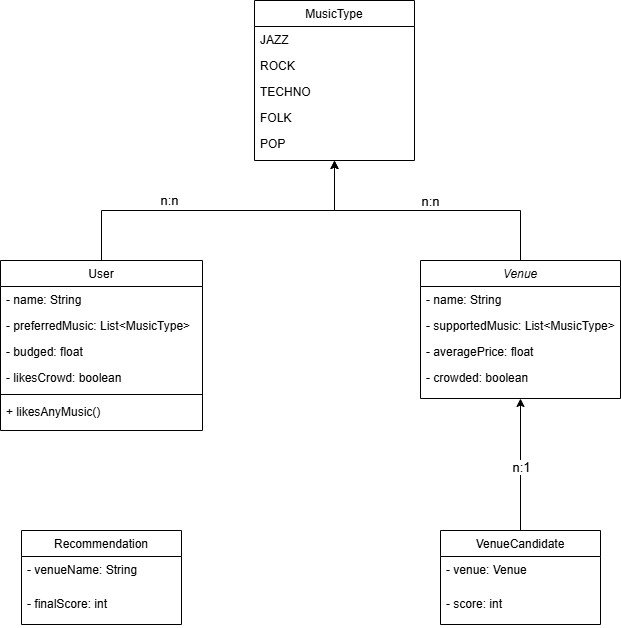
This is Class diagram.png from AlexaJanjic/outing-expert-system, a draw.io export, as it was before one commit. Source tidied: cells renumbered, new cells last; positions are measured from the earlier drawing's top-left corner, leaving out a move shared by most shapes.
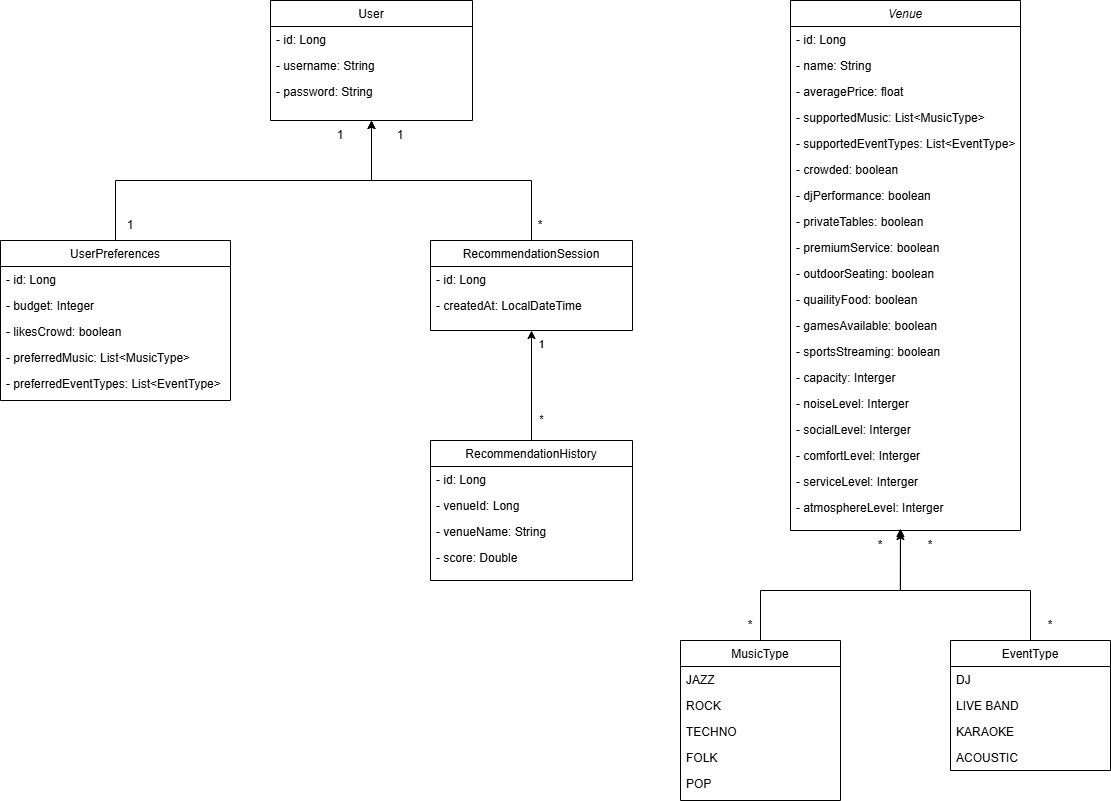
After the change.

Commit message:
Class diagram

The edit, as a diff of the source:
```diff
@@ -3,22 +3,67 @@
     <mxCell id="0" />
     <mxCell id="1" parent="0" />
     <mxCell id="2" value="Venue" style="swimlane;fontStyle=2;align=center;verticalAlign=top;horizontal=1;startSize=26;rounded=0;shadow=0;strokeWidth=1;" parent="1" vertex="1">
-      <mxGeometry x="420" y="260" width="200" height="138" as="geometry" />
+      <mxGeometry x="740" y="-10" width="230" height="530" as="geometry" />
     </mxCell>
+    <mxCell id="32" value="- id: Long" style="text;align=left;verticalAlign=top;spacingLeft=4;spacingRight=4;overflow=hidden;" parent="2" vertex="1">
+      <mxGeometry y="26" width="230" height="26" as="geometry" />
+    </mxCell>
     <mxCell id="3" value="- name: String" style="text;align=left;verticalAlign=top;spacingLeft=4;spacingRight=4;overflow=hidden;" parent="2" vertex="1">
-      <mxGeometry y="26" width="200" height="26" as="geometry" />
+      <mxGeometry y="52" width="230" height="26" as="geometry" />
     </mxCell>
+    <mxCell id="5" value="- averagePrice: float" style="text;align=left;verticalAlign=top;spacingLeft=4;spacingRight=4;overflow=hidden;rounded=0;shadow=0;html=0;" parent="2" vertex="1">
+      <mxGeometry y="78" width="230" height="26" as="geometry" />
+    </mxCell>
     <mxCell id="4" value="- supportedMusic: List&lt;MusicType&gt;" style="text;align=left;verticalAlign=top;spacingLeft=4;spacingRight=4;overflow=hidden;rounded=0;shadow=0;html=0;" parent="2" vertex="1">
-      <mxGeometry y="52" width="200" height="26" as="geometry" />
+      <mxGeometry y="104" width="230" height="26" as="geometry" />
     </mxCell>
-    <mxCell id="5" value="- averagePrice: float" style="text;align=left;verticalAlign=top;spacingLeft=4;spacingRight=4;overflow=hidden;rounded=0;shadow=0;html=0;" parent="2" vertex="1">
-      <mxGeometry y="78" width="200" height="26" as="geometry" />
-    </mxCell>
+    <mxCell id="33" value="- supportedEventTypes: List&lt;EventType&gt;" style="text;align=left;verticalAlign=top;spacingLeft=4;spacingRight=4;overflow=hidden;rounded=0;shadow=0;html=0;" parent="2" vertex="1">
+      <mxGeometry y="130" width="230" height="26" as="geometry" />
+    </mxCell>
     <mxCell id="6" value="- crowded: boolean" style="text;align=left;verticalAlign=top;spacingLeft=4;spacingRight=4;overflow=hidden;" parent="2" vertex="1">
-      <mxGeometry y="104" width="200" height="26" as="geometry" />
+      <mxGeometry y="156" width="230" height="26" as="geometry" />
     </mxCell>
+    <mxCell id="34" value="- djPerformance: boolean" style="text;align=left;verticalAlign=top;spacingLeft=4;spacingRight=4;overflow=hidden;" parent="2" vertex="1">
+      <mxGeometry y="182" width="230" height="26" as="geometry" />
+    </mxCell>
+    <mxCell id="35" value="- privateTables: boolean" style="text;align=left;verticalAlign=top;spacingLeft=4;spacingRight=4;overflow=hidden;" parent="2" vertex="1">
+      <mxGeometry y="208" width="230" height="26" as="geometry" />
+    </mxCell>
+    <mxCell id="36" value="- premiumService: boolean" style="text;align=left;verticalAlign=top;spacingLeft=4;spacingRight=4;overflow=hidden;" parent="2" vertex="1">
+      <mxGeometry y="234" width="230" height="26" as="geometry" />
+    </mxCell>
+    <mxCell id="37" value="- outdoorSeating: boolean" style="text;align=left;verticalAlign=top;spacingLeft=4;spacingRight=4;overflow=hidden;" parent="2" vertex="1">
+      <mxGeometry y="260" width="230" height="26" as="geometry" />
+    </mxCell>
+    <mxCell id="38" value="- quailityFood: boolean" style="text;align=left;verticalAlign=top;spacingLeft=4;spacingRight=4;overflow=hidden;" parent="2" vertex="1">
+      <mxGeometry y="286" width="230" height="26" as="geometry" />
+    </mxCell>
+    <mxCell id="39" value="- gamesAvailable: boolean" style="text;align=left;verticalAlign=top;spacingLeft=4;spacingRight=4;overflow=hidden;" parent="2" vertex="1">
+      <mxGeometry y="312" width="230" height="26" as="geometry" />
+    </mxCell>
+    <mxCell id="40" value="- sportsStreaming: boolean" style="text;align=left;verticalAlign=top;spacingLeft=4;spacingRight=4;overflow=hidden;" parent="2" vertex="1">
+      <mxGeometry y="338" width="230" height="26" as="geometry" />
+    </mxCell>
+    <mxCell id="41" value="- capacity: Interger" style="text;align=left;verticalAlign=top;spacingLeft=4;spacingRight=4;overflow=hidden;" parent="2" vertex="1">
+      <mxGeometry y="364" width="230" height="26" as="geometry" />
+    </mxCell>
+    <mxCell id="42" value="- noiseLevel: Interger" style="text;align=left;verticalAlign=top;spacingLeft=4;spacingRight=4;overflow=hidden;" parent="2" vertex="1">
+      <mxGeometry y="390" width="230" height="26" as="geometry" />
+    </mxCell>
+    <mxCell id="43" value="- socialLevel: Interger" style="text;align=left;verticalAlign=top;spacingLeft=4;spacingRight=4;overflow=hidden;" parent="2" vertex="1">
+      <mxGeometry y="416" width="230" height="26" as="geometry" />
+    </mxCell>
+    <mxCell id="44" value="- comfortLevel: Interger" style="text;align=left;verticalAlign=top;spacingLeft=4;spacingRight=4;overflow=hidden;" parent="2" vertex="1">
+      <mxGeometry y="442" width="230" height="26" as="geometry" />
+    </mxCell>
+    <mxCell id="45" value="- serviceLevel: Interger" style="text;align=left;verticalAlign=top;spacingLeft=4;spacingRight=4;overflow=hidden;" parent="2" vertex="1">
+      <mxGeometry y="468" width="230" height="26" as="geometry" />
+    </mxCell>
+    <mxCell id="46" value="- atmosphereLevel: Interger" style="text;align=left;verticalAlign=top;spacingLeft=4;spacingRight=4;overflow=hidden;points=[[0,0.5],[1,0.5]];portConstraint=eastwest;" parent="2" vertex="1">
+      <mxGeometry y="494" width="230" height="36" as="geometry" />
+    </mxCell>
     <mxCell id="7" value="MusicType" style="swimlane;fontStyle=0;align=center;verticalAlign=top;horizontal=1;startSize=26;rounded=0;shadow=0;strokeWidth=1;" parent="1" vertex="1">
-      <mxGeometry x="254" width="160" height="160" as="geometry" />
+      <mxGeometry x="630" y="630" width="160" height="160" as="geometry" />
     </mxCell>
     <mxCell id="8" value="JAZZ" style="text;align=left;verticalAlign=top;spacingLeft=4;spacingRight=4;overflow=hidden;" parent="7" vertex="1">
       <mxGeometry y="26" width="160" height="26" as="geometry" />
@@ -35,68 +80,138 @@
     <mxCell id="12" value="POP" style="text;align=left;verticalAlign=top;spacingLeft=4;spacingRight=4;overflow=hidden;rounded=0;shadow=0;html=0;" parent="7" vertex="1">
       <mxGeometry y="130" width="160" height="26" as="geometry" />
     </mxCell>
-    <mxCell id="13" value="VenueCandidate" style="swimlane;fontStyle=0;align=center;verticalAlign=top;horizontal=1;startSize=26;rounded=0;shadow=0;strokeWidth=1;" parent="1" vertex="1">
-      <mxGeometry x="440" y="530" width="160" height="94" as="geometry" />
-    </mxCell>
-    <mxCell id="14" value="- venue: Venue&#10;" style="text;align=left;verticalAlign=top;spacingLeft=4;spacingRight=4;overflow=hidden;" parent="13" vertex="1">
-      <mxGeometry y="26" width="160" height="34" as="geometry" />
-    </mxCell>
-    <mxCell id="15" value="- score: int" style="text;align=left;verticalAlign=top;spacingLeft=4;spacingRight=4;overflow=hidden;" parent="13" vertex="1">
-      <mxGeometry y="60" width="160" height="20" as="geometry" />
-    </mxCell>
     <mxCell id="16" value="User" style="swimlane;fontStyle=0;align=center;verticalAlign=top;horizontal=1;startSize=26;rounded=0;shadow=0;strokeWidth=1;" parent="1" vertex="1">
-      <mxGeometry y="260" width="202" height="170" as="geometry" />
+      <mxGeometry x="220" y="-10" width="202" height="120" as="geometry" />
     </mxCell>
-    <mxCell id="17" value="- name: String" style="text;align=left;verticalAlign=top;spacingLeft=4;spacingRight=4;overflow=hidden;" parent="16" vertex="1">
+    <mxCell id="17" value="- id: Long" style="text;align=left;verticalAlign=top;spacingLeft=4;spacingRight=4;overflow=hidden;" parent="16" vertex="1">
       <mxGeometry y="26" width="202" height="26" as="geometry" />
     </mxCell>
+    <mxCell id="47" value="- username: String" style="text;align=left;verticalAlign=top;spacingLeft=4;spacingRight=4;overflow=hidden;" parent="16" vertex="1">
+      <mxGeometry y="52" width="202" height="26" as="geometry" />
+    </mxCell>
+    <mxCell id="48" value="- password: String" style="text;align=left;verticalAlign=top;spacingLeft=4;spacingRight=4;overflow=hidden;" parent="16" vertex="1">
+      <mxGeometry y="78" width="202" height="26" as="geometry" />
+    </mxCell>
+    <mxCell id="49" style="edgeStyle=orthogonalEdgeStyle;rounded=0;jettySize=auto;html=1;entryX=0.5;entryY=1;entryDx=0;entryDy=0;exitX=0.5;exitY=0;exitDx=0;exitDy=0;" parent="1" edge="1" source="50" target="16">
+      <mxGeometry relative="1" as="geometry">
+        <Array as="points">
+          <mxPoint x="65" y="170" />
+          <mxPoint x="321" y="170" />
+        </Array>
+      </mxGeometry>
+    </mxCell>
+    <mxCell id="50" value="UserPreferences" style="swimlane;fontStyle=0;align=center;verticalAlign=top;horizontal=1;startSize=26;rounded=0;shadow=0;strokeWidth=1;" parent="1" vertex="1">
+      <mxGeometry x="-50" y="230" width="230" height="160" as="geometry" />
+    </mxCell>
+    <mxCell id="51" value="- id: Long" style="text;align=left;verticalAlign=top;spacingLeft=4;spacingRight=4;overflow=hidden;" parent="50" vertex="1">
+      <mxGeometry y="26" width="230" height="26" as="geometry" />
+    </mxCell>
+    <mxCell id="52" value="- budget: Integer" style="text;align=left;verticalAlign=top;spacingLeft=4;spacingRight=4;overflow=hidden;" parent="50" vertex="1">
+      <mxGeometry y="52" width="230" height="26" as="geometry" />
+    </mxCell>
+    <mxCell id="20" value="- likesCrowd: boolean" style="text;align=left;verticalAlign=top;spacingLeft=4;spacingRight=4;overflow=hidden;" parent="50" vertex="1">
+      <mxGeometry y="78" width="230" height="26" as="geometry" />
+    </mxCell>
-    <mxCell id="18" value="- preferredMusic: List&lt;MusicType&gt;" style="text;align=left;verticalAlign=top;spacingLeft=4;spacingRight=4;overflow=hidden;rounded=0;shadow=0;html=0;" parent="16" vertex="1">
-      <mxGeometry y="52" width="202" height="26" as="geometry" />
+    <mxCell id="18" value="- preferredMusic: List&lt;MusicType&gt;" style="text;align=left;verticalAlign=top;spacingLeft=4;spacingRight=4;overflow=hidden;" parent="50" vertex="1">
+      <mxGeometry y="104" width="230" height="26" as="geometry" />
     </mxCell>
-    <mxCell id="19" value="- budged: float" style="text;align=left;verticalAlign=top;spacingLeft=4;spacingRight=4;overflow=hidden;rounded=0;shadow=0;html=0;" parent="16" vertex="1">
-      <mxGeometry y="78" width="202" height="26" as="geometry" />
-    </mxCell>
-    <mxCell id="20" value="- likesCrowd: boolean" style="text;align=left;verticalAlign=top;spacingLeft=4;spacingRight=4;overflow=hidden;rounded=0;shadow=0;html=0;" parent="16" vertex="1">
-      <mxGeometry y="104" width="202" height="26" as="geometry" />
-    </mxCell>
-    <mxCell id="21" style="line;html=1;strokeWidth=1;align=left;verticalAlign=middle;spacingTop=-1;spacingLeft=3;spacingRight=3;labelPosition=right;" parent="16" vertex="1">
-      <mxGeometry y="130" width="202" height="8" as="geometry" />
-    </mxCell>
-    <mxCell id="22" value="+ likesAnyMusic()" style="text;align=left;verticalAlign=top;spacingLeft=4;spacingRight=4;overflow=hidden;" parent="16" vertex="1">
-      <mxGeometry y="138" width="202" height="26" as="geometry" />
-    </mxCell>
-    <mxCell id="23" value="Recommendation" style="swimlane;fontStyle=0;align=center;verticalAlign=top;horizontal=1;startSize=26;rounded=0;shadow=0;strokeWidth=1;" parent="1" vertex="1">
-      <mxGeometry x="21" y="530" width="160" height="94" as="geometry" />
-    </mxCell>
+    <mxCell id="53" value="- preferredEventTypes: List&lt;EventType&gt;" style="text;align=left;verticalAlign=top;spacingLeft=4;spacingRight=4;overflow=hidden;" parent="50" vertex="1">
+      <mxGeometry y="130" width="230" height="26" as="geometry" />
+    </mxCell>
+    <mxCell id="54" style="edgeStyle=orthogonalEdgeStyle;rounded=0;jettySize=auto;html=1;entryX=0.5;entryY=1;entryDx=0;entryDy=0;" parent="1" edge="1" source="55" target="16">
+      <mxGeometry relative="1" as="geometry" />
+    </mxCell>
+    <mxCell id="55" value="RecommendationSession" style="swimlane;fontStyle=0;align=center;verticalAlign=top;horizontal=1;startSize=26;rounded=0;shadow=0;strokeWidth=1;" parent="1" vertex="1">
+      <mxGeometry x="380" y="230" width="202" height="90" as="geometry" />
+    </mxCell>
+    <mxCell id="56" value="- id: Long" style="text;align=left;verticalAlign=top;spacingLeft=4;spacingRight=4;overflow=hidden;" parent="55" vertex="1">
+      <mxGeometry y="26" width="202" height="26" as="geometry" />
+    </mxCell>
+    <mxCell id="57" value="- createdAt: LocalDateTime" style="text;align=left;verticalAlign=top;spacingLeft=4;spacingRight=4;overflow=hidden;" parent="55" vertex="1">
+      <mxGeometry y="52" width="202" height="26" as="geometry" />
+    </mxCell>
+    <mxCell id="58" style="edgeStyle=orthogonalEdgeStyle;rounded=0;jettySize=auto;html=1;entryX=0.5;entryY=1;entryDx=0;entryDy=0;" parent="1" edge="1" source="61" target="55">
+      <mxGeometry relative="1" as="geometry" />
+    </mxCell>
+    <mxCell id="59" value="*" style="edgeLabel;html=1;align=center;verticalAlign=middle;" parent="58" vertex="1">
+      <mxGeometry x="-0.09" relative="1" as="geometry">
+        <mxPoint x="9" y="28" as="offset" />
+      </mxGeometry>
+    </mxCell>
+    <mxCell id="60" value="1" style="edgeLabel;html=1;align=center;verticalAlign=middle;" parent="58" vertex="1">
+      <mxGeometry x="0.64" y="-1" relative="1" as="geometry">
+        <mxPoint x="8" y="-7" as="offset" />
+      </mxGeometry>
+    </mxCell>
+    <mxCell id="61" value="RecommendationHistory" style="swimlane;fontStyle=0;align=center;verticalAlign=top;horizontal=1;startSize=26;rounded=0;shadow=0;strokeWidth=1;" parent="1" vertex="1">
+      <mxGeometry x="380" y="430" width="202" height="140" as="geometry" />
+    </mxCell>
+    <mxCell id="62" value="- id: Long" style="text;align=left;verticalAlign=top;spacingLeft=4;spacingRight=4;overflow=hidden;" parent="61" vertex="1">
+      <mxGeometry y="26" width="202" height="26" as="geometry" />
+    </mxCell>
+    <mxCell id="63" value="- venueId: Long" style="text;align=left;verticalAlign=top;spacingLeft=4;spacingRight=4;overflow=hidden;" parent="61" vertex="1">
+      <mxGeometry y="52" width="202" height="26" as="geometry" />
+    </mxCell>
-    <mxCell id="24" value="- venueName: String" style="text;align=left;verticalAlign=top;spacingLeft=4;spacingRight=4;overflow=hidden;" parent="23" vertex="1">
-      <mxGeometry y="26" width="160" height="34" as="geometry" />
+    <mxCell id="24" value="- venueName: String" style="text;align=left;verticalAlign=top;spacingLeft=4;spacingRight=4;overflow=hidden;" parent="61" vertex="1">
+      <mxGeometry y="78" width="202" height="26" as="geometry" />
     </mxCell>
-    <mxCell id="25" value="- finalScore: int" style="text;align=left;verticalAlign=top;spacingLeft=4;spacingRight=4;overflow=hidden;" parent="23" vertex="1">
-      <mxGeometry y="60" width="160" height="34" as="geometry" />
-    </mxCell>
-    <mxCell id="26" style="endArrow=classic;html=1;rounded=0;entryX=0.5;entryY=1;entryDx=0;entryDy=0;edgeStyle=orthogonalEdgeStyle;exitX=0.5;exitY=0;exitDx=0;exitDy=0;" parent="1" edge="1" source="16" target="7">
-      <mxGeometry relative="1" as="geometry" />
-    </mxCell>
-    <mxCell id="27" value="n:n" style="edgeLabel;html=1;align=center;verticalAlign=middle;fontSize=13;" parent="26" vertex="1">
-      <mxGeometry x="-0.29" y="3" relative="1" as="geometry">
-        <mxPoint x="-1" y="-8" as="offset" />
-      </mxGeometry>
-    </mxCell>
-    <mxCell id="28" style="endArrow=classic;html=1;rounded=0;entryX=0.5;entryY=1;entryDx=0;entryDy=0;edgeStyle=orthogonalEdgeStyle;exitX=0.5;exitY=0;exitDx=0;exitDy=0;" parent="1" edge="1" source="2" target="7">
-      <mxGeometry relative="1" as="geometry" />
-    </mxCell>
-    <mxCell id="29" value="n:n" style="edgeLabel;html=1;align=center;verticalAlign=middle;fontSize=13;" parent="28" vertex="1">
-      <mxGeometry x="-0.01" y="1" relative="1" as="geometry">
-        <mxPoint y="-11" as="offset" />
-      </mxGeometry>
-    </mxCell>
-    <mxCell id="30" style="endArrow=classic;html=1;rounded=0;exitX=0.5;exitY=0;exitDx=0;exitDy=0;edgeStyle=orthogonalEdgeStyle;entryX=0.5;entryY=1;entryDx=0;entryDy=0;" parent="1" edge="1" source="13" target="2">
-      <mxGeometry relative="1" as="geometry" />
-    </mxCell>
-    <mxCell id="31" value="&lt;span style=&quot;font-size: 13px;&quot;&gt;n:1&lt;/span&gt;" style="edgeLabel;html=1;align=center;verticalAlign=middle;" parent="30" vertex="1">
-      <mxGeometry x="-0.03" y="3" relative="1" as="geometry">
-        <mxPoint x="3" as="offset" />
-      </mxGeometry>
-    </mxCell>
+    <mxCell id="64" value="- score: Double" style="text;align=left;verticalAlign=top;spacingLeft=4;spacingRight=4;overflow=hidden;" parent="61" vertex="1">
+      <mxGeometry y="104" width="202" height="26" as="geometry" />
+    </mxCell>
+    <mxCell id="65" style="edgeStyle=orthogonalEdgeStyle;rounded=0;jettySize=auto;html=1;entryX=0.478;entryY=0.944;entryDx=0;entryDy=0;entryPerimeter=0;exitX=0.5;exitY=0;exitDx=0;exitDy=0;" parent="1" edge="1" source="7" target="46">
+      <mxGeometry relative="1" as="geometry">
+        <Array as="points">
+          <mxPoint x="710" y="580" />
+          <mxPoint x="850" y="580" />
+        </Array>
+      </mxGeometry>
+    </mxCell>
+    <mxCell id="66" value="EventType" style="swimlane;fontStyle=0;align=center;verticalAlign=top;horizontal=1;startSize=26;rounded=0;shadow=0;strokeWidth=1;" parent="1" vertex="1">
+      <mxGeometry x="900" y="630" width="160" height="130" as="geometry" />
+    </mxCell>
+    <mxCell id="67" value="DJ" style="text;align=left;verticalAlign=top;spacingLeft=4;spacingRight=4;overflow=hidden;" parent="66" vertex="1">
+      <mxGeometry y="26" width="160" height="26" as="geometry" />
+    </mxCell>
+    <mxCell id="68" value="LIVE BAND" style="text;align=left;verticalAlign=top;spacingLeft=4;spacingRight=4;overflow=hidden;rounded=0;shadow=0;html=0;" parent="66" vertex="1">
+      <mxGeometry y="52" width="160" height="26" as="geometry" />
+    </mxCell>
+    <mxCell id="69" value="KARAOKE" style="text;align=left;verticalAlign=top;spacingLeft=4;spacingRight=4;overflow=hidden;rounded=0;shadow=0;html=0;" parent="66" vertex="1">
+      <mxGeometry y="78" width="160" height="26" as="geometry" />
+    </mxCell>
+    <mxCell id="70" value="ACOUSTIC" style="text;align=left;verticalAlign=top;spacingLeft=4;spacingRight=4;overflow=hidden;rounded=0;shadow=0;html=0;" parent="66" vertex="1">
+      <mxGeometry y="104" width="160" height="26" as="geometry" />
+    </mxCell>
+    <mxCell id="71" style="edgeStyle=orthogonalEdgeStyle;rounded=0;jettySize=auto;html=1;entryX=0.478;entryY=1.028;entryDx=0;entryDy=0;entryPerimeter=0;" parent="1" edge="1" source="66" target="46">
+      <mxGeometry relative="1" as="geometry">
+        <Array as="points">
+          <mxPoint x="980" y="580" />
+          <mxPoint x="850" y="580" />
+        </Array>
+      </mxGeometry>
+    </mxCell>
+    <mxCell id="72" value="1" style="text;html=1;whiteSpace=wrap;strokeColor=none;fillColor=none;align=center;verticalAlign=middle;rounded=0;" parent="1" vertex="1">
+      <mxGeometry x="260" y="110" width="60" height="30" as="geometry" />
+    </mxCell>
+    <mxCell id="73" value="1" style="text;html=1;whiteSpace=wrap;strokeColor=none;fillColor=none;align=center;verticalAlign=middle;rounded=0;" parent="1" vertex="1">
+      <mxGeometry x="50" y="200" width="60" height="30" as="geometry" />
+    </mxCell>
+    <mxCell id="74" value="1" style="text;html=1;whiteSpace=wrap;strokeColor=none;fillColor=none;align=center;verticalAlign=middle;rounded=0;" parent="1" vertex="1">
+      <mxGeometry x="320" y="110" width="60" height="30" as="geometry" />
+    </mxCell>
+    <mxCell id="75" value="*" style="text;html=1;whiteSpace=wrap;strokeColor=none;fillColor=none;align=center;verticalAlign=middle;rounded=0;" parent="1" vertex="1">
+      <mxGeometry x="460" y="200" width="60" height="30" as="geometry" />
+    </mxCell>
+    <mxCell id="76" value="*" style="text;html=1;whiteSpace=wrap;strokeColor=none;fillColor=none;align=center;verticalAlign=middle;rounded=0;" parent="1" vertex="1">
+      <mxGeometry x="800" y="520" width="60" height="30" as="geometry" />
+    </mxCell>
+    <mxCell id="77" value="*" style="text;html=1;whiteSpace=wrap;strokeColor=none;fillColor=none;align=center;verticalAlign=middle;rounded=0;" parent="1" vertex="1">
+      <mxGeometry x="850" y="520" width="60" height="30" as="geometry" />
+    </mxCell>
+    <mxCell id="78" value="*" style="text;html=1;whiteSpace=wrap;strokeColor=none;fillColor=none;align=center;verticalAlign=middle;rounded=0;" parent="1" vertex="1">
+      <mxGeometry x="670" y="600" width="60" height="30" as="geometry" />
+    </mxCell>
+    <mxCell id="79" value="*" style="text;html=1;whiteSpace=wrap;strokeColor=none;fillColor=none;align=center;verticalAlign=middle;rounded=0;" parent="1" vertex="1">
+      <mxGeometry x="970" y="600" width="60" height="30" as="geometry" />
+    </mxCell>
   </root>
 </mxGraphModel>
```
